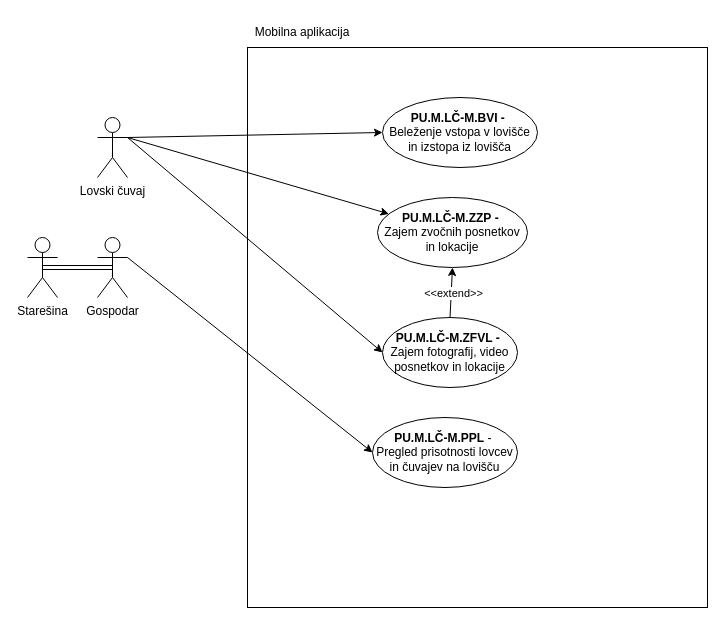
The draw.io diagram Lovski cuvaj-Mobilna aplikacija.drawio in ErnestISv/Lovstvo, before the edit. Source tidied: cells renumbered, new cells numbered last; positions are measured from the earlier drawing's top-left corner, leaving out a move shared by most shapes. Both pictures are drawn from the tidied source at 100%, with x=0, y=0 at pixel (27, 17).
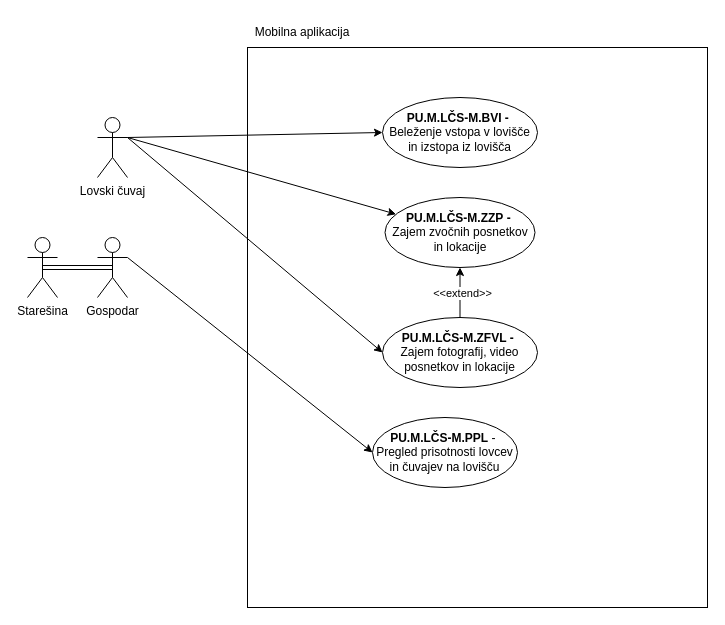
Above is the later version.

What changed in the source:
```diff
@@
 <mxGraphModel>
   <root>
     <mxCell id="0" />
     <mxCell id="1" parent="0" />
     <mxCell id="2" style="rounded=0;whiteSpace=wrap;html=1;" parent="1" vertex="1">
       <mxGeometry x="220" y="30" width="460" height="560" as="geometry" />
     </mxCell>
     <mxCell id="3" value="Lovski čuvaj" style="shape=umlActor;verticalLabelPosition=bottom;verticalAlign=top;html=1;outlineConnect=0;" parent="1" vertex="1">
       <mxGeometry x="70" y="100" width="30" height="60" as="geometry" />
     </mxCell>
     <mxCell id="4" style="edgeStyle=orthogonalEdgeStyle;shape=link;rounded=0;jettySize=auto;html=1;exitX=0.5;exitY=0.5;exitDx=0;exitDy=0;exitPerimeter=0;entryX=0.5;entryY=0.5;entryDx=0;entryDy=0;entryPerimeter=0;" parent="1" edge="1" source="5" target="6">
       <mxGeometry relative="1" as="geometry" />
     </mxCell>
     <mxCell id="5" value="Starešina" style="shape=umlActor;verticalLabelPosition=bottom;verticalAlign=top;html=1;outlineConnect=0;" parent="1" vertex="1">
       <mxGeometry y="220" width="30" height="60" as="geometry" />
     </mxCell>
     <mxCell id="6" value="Gospodar" style="shape=umlActor;verticalLabelPosition=bottom;verticalAlign=top;html=1;outlineConnect=0;" parent="1" vertex="1">
       <mxGeometry x="70" y="220" width="30" height="60" as="geometry" />
     </mxCell>
-    <mxCell id="7" value="&lt;b&gt;PU.M.LČ-M.ZZP&amp;nbsp;-&amp;nbsp;&lt;/b&gt;&lt;div&gt;Zajem zvočnih posnetkov in lokacije&lt;/div&gt;" style="ellipse;whiteSpace=wrap;html=1;" parent="1" vertex="1">
-      <mxGeometry x="350" y="180" width="150" height="70" as="geometry" />
+    <mxCell id="7" value="&lt;b&gt;PU.M.LČS-M.ZZP&amp;nbsp;-&amp;nbsp;&lt;/b&gt;&lt;div&gt;Zajem zvočnih posnetkov in lokacije&lt;/div&gt;" style="ellipse;whiteSpace=wrap;html=1;" parent="1" vertex="1">
+      <mxGeometry x="357.5" y="180" width="150" height="70" as="geometry" />
     </mxCell>
     <mxCell id="8" style="endArrow=classic;html=1;rounded=0;exitX=1;exitY=0.3333333333333333;exitDx=0;exitDy=0;exitPerimeter=0;" parent="1" edge="1" source="3" target="7">
       <mxGeometry relative="1" as="geometry" />
     </mxCell>
-    <mxCell id="9" value="&lt;b&gt;PU.M.LČ-M.ZFVL&amp;nbsp;-&amp;nbsp;&lt;/b&gt;&lt;div&gt;Zajem fotografij, video posnetkov in lokacije&lt;/div&gt;" style="ellipse;whiteSpace=wrap;html=1;" parent="1" vertex="1">
-      <mxGeometry x="355" y="300" width="135" height="70" as="geometry" />
+    <mxCell id="9" value="&lt;b&gt;PU.M.LČS-M.ZFVL&amp;nbsp;-&amp;nbsp;&lt;/b&gt;&lt;div&gt;Zajem fotografij, video posnetkov in lokacije&lt;/div&gt;" style="ellipse;whiteSpace=wrap;html=1;" parent="1" vertex="1">
+      <mxGeometry x="355" y="300" width="155" height="70" as="geometry" />
     </mxCell>
     <mxCell id="10" style="endArrow=classic;html=1;rounded=0;entryX=0;entryY=0.5;entryDx=0;entryDy=0;" parent="1" edge="1" target="9">
       <mxGeometry relative="1" as="geometry">
         <mxPoint x="100" y="120" as="sourcePoint" />
       </mxGeometry>
     </mxCell>
     <mxCell id="11" value="Mobilna aplikacija" style="text;html=1;align=center;verticalAlign=middle;whiteSpace=wrap;rounded=0;" parent="1" vertex="1">
       <mxGeometry x="220" width="110" height="30" as="geometry" />
     </mxCell>
-    <mxCell id="12" value="&lt;b&gt;PU.M.LČ-M.PPL&amp;nbsp;&lt;/b&gt;-&amp;nbsp;&lt;div&gt;Pregled prisotnosti lovcev in čuvajev na lovišču&lt;/div&gt;" style="ellipse;whiteSpace=wrap;html=1;" parent="1" vertex="1">
+    <mxCell id="12" value="&lt;b&gt;PU.M.LČS-M.PPL&amp;nbsp;&lt;/b&gt;-&amp;nbsp;&lt;div&gt;Pregled prisotnosti lovcev in čuvajev na lovišču&lt;/div&gt;" style="ellipse;whiteSpace=wrap;html=1;" parent="1" vertex="1">
       <mxGeometry x="345" y="400" width="145" height="70" as="geometry" />
     </mxCell>
     <mxCell id="13" style="endArrow=classic;html=1;rounded=0;exitX=1;exitY=0.3333333333333333;exitDx=0;exitDy=0;exitPerimeter=0;entryX=0;entryY=0.5;entryDx=0;entryDy=0;" parent="1" edge="1" source="6" target="12">
       <mxGeometry relative="1" as="geometry" />
     </mxCell>
-    <mxCell id="14" value="&lt;b&gt;PU.M.LČ-M.BVI -&amp;nbsp;&lt;/b&gt;&lt;div&gt;Beleženje vstopa v lovišče in izstopa iz lovišča&lt;/div&gt;" style="ellipse;whiteSpace=wrap;html=1;" parent="1" vertex="1">
+    <mxCell id="14" value="&lt;b&gt;PU.M.LČS-M.BVI -&amp;nbsp;&lt;/b&gt;&lt;div&gt;Beleženje vstopa v lovišče in izstopa iz lovišča&lt;/div&gt;" style="ellipse;whiteSpace=wrap;html=1;" parent="1" vertex="1">
       <mxGeometry x="355" y="80" width="155" height="70" as="geometry" />
     </mxCell>
     <mxCell id="15" style="endArrow=classic;html=1;rounded=0;entryX=0;entryY=0.5;entryDx=0;entryDy=0;" parent="1" edge="1" target="14">
       <mxGeometry relative="1" as="geometry">
         <mxPoint x="100" y="120" as="sourcePoint" />
       </mxGeometry>
     </mxCell>
     <mxCell id="16" style="endArrow=classic;html=1;rounded=0;exitX=0.5;exitY=0;exitDx=0;exitDy=0;entryX=0.5;entryY=1;entryDx=0;entryDy=0;" parent="1" edge="1" source="9" target="7">
       <mxGeometry relative="1" as="geometry" />
     </mxCell>
     <mxCell id="17" value="&amp;lt;&amp;lt;extend&amp;gt;&amp;gt;" style="edgeLabel;html=1;align=center;verticalAlign=middle;" parent="16" vertex="1">
       <mxGeometry y="-2" relative="1" as="geometry" />
     </mxCell>
   </root>
 </mxGraphModel>
```
